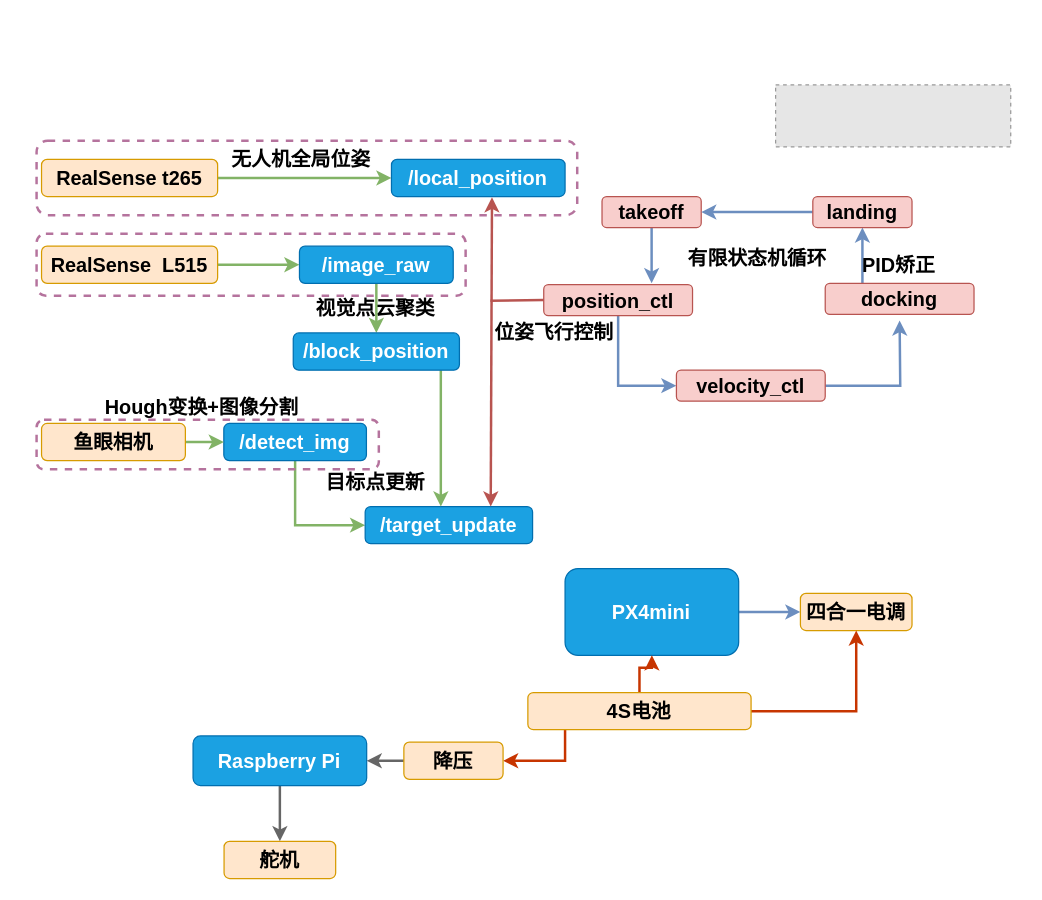
Above: UAV_software.drawio in Dem-phi/Everlasting-HA.github.io (draw.io), before the change. Source tidied: cells renumbered, new cells numbered last; positions are measured from the earlier drawing's top-left corner, leaving out a move shared by most shapes. Both pictures are drawn from the tidied source at 124%, with x=0, y=0 at pixel (36, 84). Pictures stored in the file or linked from it are replaced by grey dashed boxes.
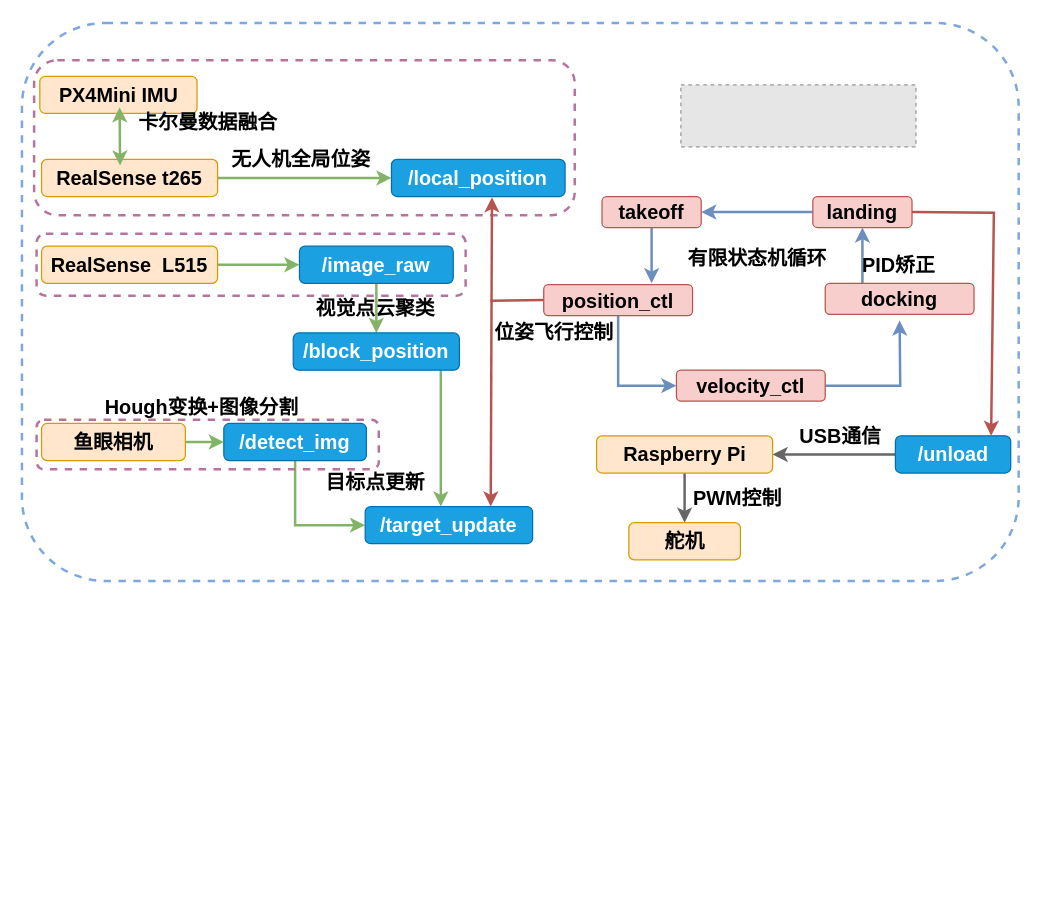
After the change.

Unchanged cells that the change refers to:
```xml
<mxCell id="40" value="landing" style="rounded=1;whiteSpace=wrap;html=1;fillColor=#f8cecc;strokeColor=#b85450;horizontal=1;fontSize=16;fontStyle=1;" parent="1" vertex="1">
  <mxGeometry x="626" y="90" width="80" height="25" as="geometry" />
</mxCell>
```

Change to the diagram source:
```diff
@@
+    <mxCell id="46" style="rounded=1;whiteSpace=wrap;html=1;fillColor=none;dashed=1;strokeColor=#B5739D;strokeWidth=2;" parent="1" vertex="1">
+      <mxGeometry x="-2" y="-20" width="436" height="125" as="geometry" />
+    </mxCell>
+    <mxCell id="47" style="rounded=1;whiteSpace=wrap;html=1;fillColor=none;dashed=1;strokeColor=#B5739D;strokeWidth=2;" parent="1" vertex="1">
+      <mxGeometry y="120" width="346" height="50" as="geometry" />
+    </mxCell>
     <mxCell id="2" style="fillColor=#E6E6E6;strokeColor=#999999;dashed=1;verticalLabelPosition=bottom;labelBackgroundColor=default;verticalAlign=top;" parent="1" vertex="1">
-      <mxGeometry x="596" width="189.6" height="50" as="geometry" />
+      <mxGeometry x="519.6" width="189.6" height="50" as="geometry" />
     </mxCell>
@@
-    <mxCell id="7" style="edgeStyle=orthogonalEdgeStyle;rounded=0;jettySize=auto;html=1;strokeWidth=2;entryX=0;entryY=0.5;entryDx=0;entryDy=0;fillColor=#dae8fc;strokeColor=#6c8ebf;" parent="1" edge="1" source="8" target="9">
-      <mxGeometry relative="1" as="geometry" />
-    </mxCell>
-    <mxCell id="8" value="PX4mini" style="rounded=1;whiteSpace=wrap;html=1;fillColor=#1ba1e2;strokeColor=#006EAF;horizontal=1;fontSize=16;fontColor=#ffffff;fontStyle=1;" parent="1" vertex="1">
-      <mxGeometry x="426.2" y="390" width="140" height="70" as="geometry" />
-    </mxCell>
-    <mxCell id="9" value="&lt;font color=&quot;#000000&quot;&gt;四合一电调&lt;/font&gt;" style="rounded=1;whiteSpace=wrap;html=1;fontSize=16;fillColor=#ffe6cc;strokeColor=#d79b00;fontStyle=1;" parent="1" vertex="1">
-      <mxGeometry x="616" y="410" width="90" height="30" as="geometry" />
-    </mxCell>
-    <mxCell id="10" style="edgeStyle=orthogonalEdgeStyle;rounded=0;jettySize=auto;html=1;strokeWidth=2;entryX=0.5;entryY=1;entryDx=0;entryDy=0;fillColor=#fa6800;strokeColor=#C73500;" parent="1" edge="1" source="13" target="8">
-      <mxGeometry relative="1" as="geometry" />
-    </mxCell>
-    <mxCell id="11" style="edgeStyle=orthogonalEdgeStyle;rounded=0;jettySize=auto;html=1;strokeWidth=2;entryX=0.5;entryY=1;entryDx=0;entryDy=0;fillColor=#fa6800;strokeColor=#C73500;" parent="1" edge="1" source="13" target="9">
-      <mxGeometry relative="1" as="geometry" />
-    </mxCell>
-    <mxCell id="12" style="edgeStyle=orthogonalEdgeStyle;rounded=0;jettySize=auto;html=1;entryX=1;entryY=0.5;entryDx=0;entryDy=0;strokeWidth=2;fillColor=#fa6800;strokeColor=#C73500;" parent="1" edge="1" source="13" target="17">
-      <mxGeometry relative="1" as="geometry">
-        <Array as="points">
-          <mxPoint x="426.2" y="545" />
-        </Array>
-      </mxGeometry>
-    </mxCell>
-    <mxCell id="13" value="4S电池" style="rounded=1;whiteSpace=wrap;html=1;fontSize=16;fillColor=#ffe6cc;strokeColor=#d79b00;fontStyle=1;" parent="1" vertex="1">
-      <mxGeometry x="396.2" y="490" width="180" height="30" as="geometry" />
-    </mxCell>
@@
-    <mxCell id="16" style="edgeStyle=orthogonalEdgeStyle;rounded=0;jettySize=auto;html=1;strokeWidth=2;fillColor=#f5f5f5;strokeColor=#666666;" parent="1" edge="1" source="17" target="19">
-      <mxGeometry relative="1" as="geometry" />
-    </mxCell>
-    <mxCell id="17" value="降压" style="rounded=1;whiteSpace=wrap;html=1;fontSize=16;fillColor=#ffe6cc;strokeColor=#d79b00;fontStyle=1;" parent="1" vertex="1">
-      <mxGeometry x="296.2" y="530" width="80" height="30" as="geometry" />
-    </mxCell>
-    <mxCell id="18" style="edgeStyle=orthogonalEdgeStyle;rounded=0;jettySize=auto;html=1;strokeWidth=2;fillColor=#f5f5f5;strokeColor=#666666;" parent="1" edge="1" source="19" target="20">
+    <mxCell id="18" style="edgeStyle=orthogonalEdgeStyle;rounded=0;jettySize=auto;html=1;strokeWidth=2;fillColor=#f5f5f5;strokeColor=#666666;exitX=0.5;exitY=1;exitDx=0;exitDy=0;" parent="1" edge="1" source="19" target="20">
       <mxGeometry relative="1" as="geometry" />
     </mxCell>
-    <mxCell id="19" value="Raspberry Pi" style="rounded=1;whiteSpace=wrap;html=1;fillColor=#1ba1e2;strokeColor=#006EAF;horizontal=1;fontSize=16;fontColor=#ffffff;fontStyle=1;" parent="1" vertex="1">
-      <mxGeometry x="126.2" y="525" width="140" height="40" as="geometry" />
-    </mxCell>
     <mxCell id="20" value="舵机" style="rounded=1;whiteSpace=wrap;html=1;fontSize=16;fillColor=#ffe6cc;strokeColor=#d79b00;fontStyle=1;" parent="1" vertex="1">
-      <mxGeometry x="151.2" y="610" width="90" height="30" as="geometry" />
+      <mxGeometry x="477.6" y="353" width="90" height="30" as="geometry" />
     </mxCell>
@@
+    <mxCell id="51" style="edgeStyle=none;rounded=0;jettySize=auto;html=1;strokeWidth=2;exitX=1;exitY=0.5;exitDx=0;exitDy=0;entryX=0.83;entryY=0;entryDx=0;entryDy=0;entryPerimeter=0;fillColor=#f8cecc;strokeColor=#b85450;" parent="1" edge="1" source="40" target="56">
+      <mxGeometry relative="1" as="geometry">
+        <Array as="points">
+          <mxPoint x="772" y="103" />
+        </Array>
+      </mxGeometry>
+    </mxCell>
@@
-    <mxCell id="46" style="rounded=1;whiteSpace=wrap;html=1;fillColor=none;dashed=1;strokeColor=#B5739D;strokeWidth=2;" parent="1" vertex="1">
-      <mxGeometry y="45" width="436" height="60" as="geometry" />
-    </mxCell>
-    <mxCell id="47" style="rounded=1;whiteSpace=wrap;html=1;fillColor=none;dashed=1;strokeColor=#B5739D;strokeWidth=2;" parent="1" vertex="1">
-      <mxGeometry y="120" width="346" height="50" as="geometry" />
-    </mxCell>
@@
+    <mxCell id="52" value="&lt;font color=&quot;#000000&quot;&gt;PX4Mini IMU&lt;/font&gt;" style="rounded=1;whiteSpace=wrap;html=1;fontSize=16;fillColor=#ffe6cc;strokeColor=#d79b00;fontStyle=1;" parent="1" vertex="1">
+      <mxGeometry x="2.6" y="-7" width="126.8" height="30" as="geometry" />
+    </mxCell>
+    <mxCell id="53" style="endArrow=classic;startArrow=classic;html=1;rounded=0;strokeWidth=2;exitX=0.439;exitY=-0.1;exitDx=0;exitDy=0;exitPerimeter=0;fillColor=#d5e8d4;strokeColor=#82b366;" parent="1" edge="1">
+      <mxGeometry relative="1" as="geometry">
+        <mxPoint x="67.3" y="65" as="sourcePoint" />
+        <mxPoint x="67" y="18" as="targetPoint" />
+      </mxGeometry>
+    </mxCell>
+    <mxCell id="54" value="&lt;b&gt;卡尔曼数据融合&lt;/b&gt;" style="text;html=1;align=center;verticalAlign=middle;fillColor=none;strokeColor=none;rounded=0;fontSize=16;" parent="1" vertex="1">
+      <mxGeometry x="73" y="20" width="130" height="20" as="geometry" />
+    </mxCell>
+    <mxCell id="55" style="edgeStyle=none;rounded=0;jettySize=auto;html=1;fontColor=#000000;strokeWidth=2;fillColor=#f5f5f5;strokeColor=#666666;" parent="1" edge="1" source="56" target="19">
+      <mxGeometry relative="1" as="geometry" />
+    </mxCell>
+    <mxCell id="56" value="/unload" style="rounded=1;whiteSpace=wrap;html=1;fillColor=#1ba1e2;strokeColor=#006EAF;horizontal=1;fontSize=16;fontColor=#ffffff;fontStyle=1;" parent="1" vertex="1">
+      <mxGeometry x="692.6" y="283" width="93" height="30" as="geometry" />
+    </mxCell>
+    <mxCell id="19" value="&lt;span style=&quot;&quot;&gt;Raspberry Pi&lt;/span&gt;" style="rounded=1;whiteSpace=wrap;html=1;fontSize=16;fillColor=#ffe6cc;strokeColor=#d79b00;fontStyle=1;fontColor=#000000;" parent="1" vertex="1">
+      <mxGeometry x="451.6" y="283" width="142" height="30" as="geometry" />
+    </mxCell>
+    <mxCell id="57" value="&lt;b&gt;USB通信&lt;/b&gt;" style="text;html=1;align=center;verticalAlign=middle;fillColor=none;strokeColor=none;rounded=0;fontSize=16;" parent="1" vertex="1">
+      <mxGeometry x="607.6" y="273" width="80" height="20" as="geometry" />
+    </mxCell>
+    <mxCell id="58" value="&lt;b&gt;PWM控制&lt;br&gt;&lt;/b&gt;" style="text;html=1;align=center;verticalAlign=middle;fillColor=none;strokeColor=none;rounded=0;fontSize=16;" parent="1" vertex="1">
+      <mxGeometry x="519.6" y="323" width="90" height="20" as="geometry" />
+    </mxCell>
+    <mxCell id="59" style="rounded=1;whiteSpace=wrap;html=1;fontSize=16;fontColor=#FFFFFF;fillColor=none;gradientColor=#ffffff;dashed=1;strokeWidth=2;strokeColor=#7EA6E0;" parent="1" vertex="1">
+      <mxGeometry x="-11.8" y="-50" width="803.8" height="450" as="geometry" />
+    </mxCell>
```
